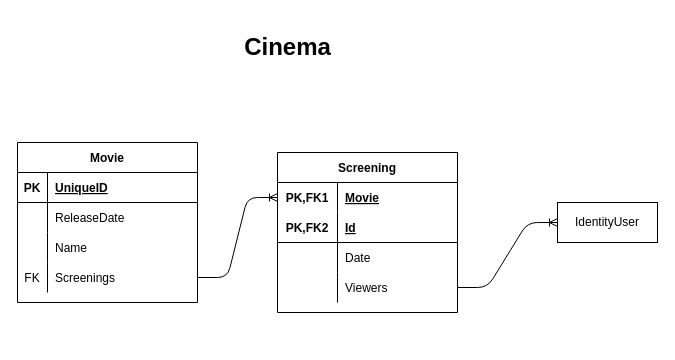
Before: cinema-app.drawio in Tamkish/cinema-app, a draw.io diagram. Source tidied: cells renumbered, new cells numbered last; positions are measured from the earlier drawing's top-left corner, leaving out a move shared by most shapes. Both pictures are drawn from the tidied source at 100%, with x=0, y=0 at pixel (17, 22).
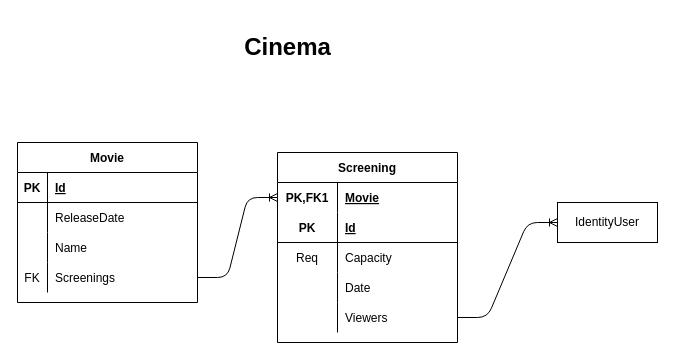
Above is the later version.

Unchanged cells that the change refers to:
```xml
<mxCell id="3" style="shape=partialRectangle;fillColor=none;top=0;left=0;bottom=1;right=0;" parent="2" vertex="1">
  <mxGeometry y="30" width="180" height="30" as="geometry" />
</mxCell>
<mxCell id="19" style="shape=partialRectangle;fillColor=none;top=0;left=0;bottom=1;right=0;" parent="15" vertex="1">
  <mxGeometry y="60" width="180" height="30" as="geometry" />
</mxCell>
```

Change to the diagram source:
```diff
@@
-    <mxCell id="5" value="UniqueID" style="shape=partialRectangle;fillColor=none;top=0;left=0;bottom=0;right=0;align=left;spacingLeft=6;fontStyle=5;overflow=hidden;" parent="3" vertex="1">
+    <mxCell id="5" value="Id" style="shape=partialRectangle;fillColor=none;top=0;left=0;bottom=0;right=0;align=left;spacingLeft=6;fontStyle=5;overflow=hidden;" parent="3" vertex="1">
       <mxGeometry x="30" width="150" height="30" as="geometry" />
     </mxCell>
@@
     <mxCell id="15" value="Screening" style="shape=table;startSize=30;childLayout=tableLayout;rowLines=0;fontStyle=1;align=center;" parent="1" vertex="1">
-      <mxGeometry x="260" y="130" width="180" height="160" as="geometry" />
+      <mxGeometry x="260" y="130" width="180" height="190" as="geometry" />
     </mxCell>
@@
-    <mxCell id="20" value="PK,FK2" style="shape=partialRectangle;fillColor=none;top=0;left=0;bottom=0;right=0;fontStyle=1;overflow=hidden;" parent="19" vertex="1">
+    <mxCell id="20" value="PK" style="shape=partialRectangle;fillColor=none;top=0;left=0;bottom=0;right=0;fontStyle=1;overflow=hidden;" parent="19" vertex="1">
       <mxGeometry width="60" height="30" as="geometry" />
     </mxCell>
@@
+    <mxCell id="32" style="shape=partialRectangle;fillColor=none;top=0;left=0;bottom=0;right=0;" parent="15" vertex="1">
+      <mxGeometry y="90" width="180" height="30" as="geometry" />
+    </mxCell>
+    <mxCell id="33" value="Req" style="shape=partialRectangle;fillColor=none;top=0;left=0;bottom=0;right=0;fontStyle=0;overflow=hidden;" parent="32" vertex="1">
+      <mxGeometry width="60" height="30" as="geometry" />
+    </mxCell>
+    <mxCell id="34" value="Capacity" style="shape=partialRectangle;fillColor=none;top=0;left=0;bottom=0;right=0;align=left;spacingLeft=6;fontStyle=0;overflow=hidden;" parent="32" vertex="1">
+      <mxGeometry x="60" width="120" height="30" as="geometry" />
+    </mxCell>
     <mxCell id="22" style="shape=partialRectangle;fillColor=none;top=0;left=0;bottom=0;right=0;" parent="15" vertex="1">
-      <mxGeometry y="90" width="180" height="30" as="geometry" />
+      <mxGeometry y="120" width="180" height="30" as="geometry" />
     </mxCell>
@@
     <mxCell id="25" style="shape=partialRectangle;fillColor=none;top=0;left=0;bottom=0;right=0;points=[[0,0.5],[1,0.5]];portConstraint=eastwest;" parent="15" vertex="1">
-      <mxGeometry y="120" width="180" height="30" as="geometry" />
+      <mxGeometry y="150" width="180" height="30" as="geometry" />
     </mxCell>
```
